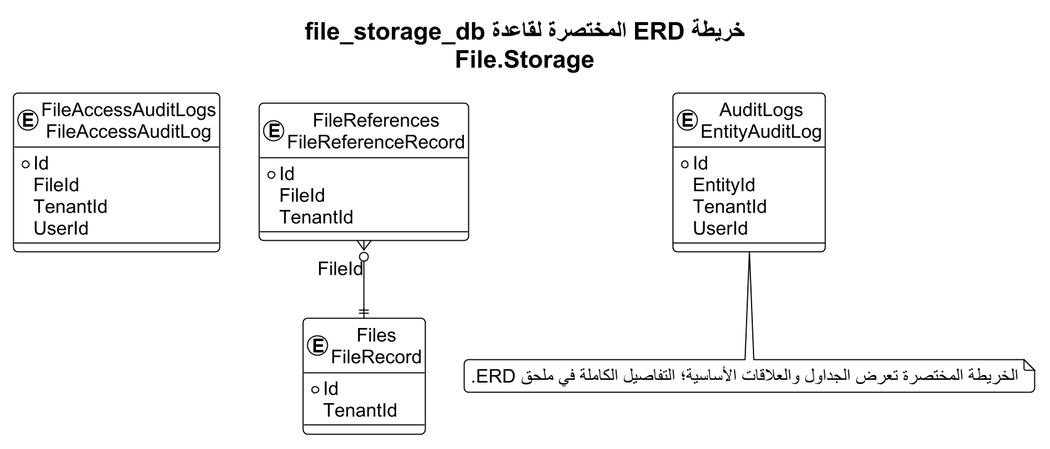
The PlantUML diagram docs/thesis_diagrams/database_erdds/compact_rendered/06_filestorage_compact.png in omardefdev/HRManagement, before a commit. The source it was exported from:
```plantuml
@startuml
!theme plain
skinparam backgroundColor #FFFFFF
skinparam defaultFontName Arial
skinparam defaultFontSize 17
skinparam shadowing false
skinparam roundcorner 8
skinparam linetype ortho
skinparam dpi 170
skinparam EntityBorderColor #0F6B73
skinparam EntityBackgroundColor #F4FAFA
top to bottom direction
title "خريطة ERD المختصرة لقاعدة file_storage_db\nFile.Storage"

entity "FileAccessAuditLogs\nFileAccessAuditLog" as T01 {
  * Id
    FileId
    TenantId
    UserId
}
entity "Files\nFileRecord" as T02 {
  * Id
    TenantId
}
entity "FileReferences\nFileReferenceRecord" as T03 {
  * Id
    FileId
    TenantId
}
entity "AuditLogs\nEntityAuditLog" as T04 {
  * Id
    EntityId
    TenantId
    UserId
}

T03 }o--|| T02 : FileId

note bottom
الخريطة المختصرة تعرض الجداول والعلاقات الأساسية؛ التفاصيل الكاملة في ملحق ERD.
end note
@enduml
```
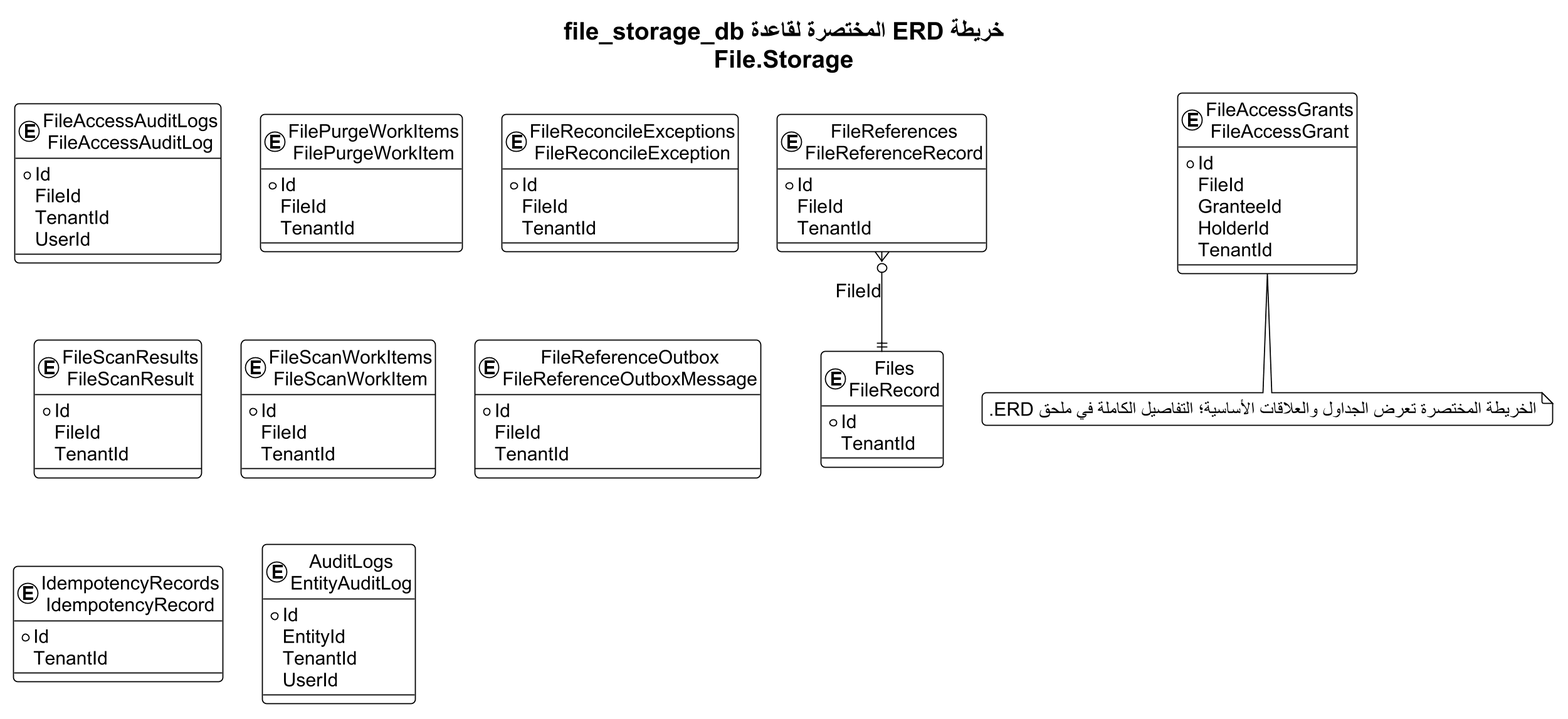
After the change.

What changed in the source:
```diff
@@ -18,23 +18,59 @@
     TenantId
     UserId
 }
-entity "Files\nFileRecord" as T02 {
-  * Id
-    TenantId
-}
-entity "FileReferences\nFileReferenceRecord" as T03 {
+entity "FilePurgeWorkItems\nFilePurgeWorkItem" as T02 {
   * Id
     FileId
     TenantId
 }
-entity "AuditLogs\nEntityAuditLog" as T04 {
+entity "FileReconcileExceptions\nFileReconcileException" as T03 {
+  * Id
+    FileId
+    TenantId
+}
+entity "Files\nFileRecord" as T04 {
+  * Id
+    TenantId
+}
+entity "FileReferences\nFileReferenceRecord" as T05 {
+  * Id
+    FileId
+    TenantId
+}
+entity "FileScanResults\nFileScanResult" as T06 {
+  * Id
+    FileId
+    TenantId
+}
+entity "FileScanWorkItems\nFileScanWorkItem" as T07 {
+  * Id
+    FileId
+    TenantId
+}
+entity "FileReferenceOutbox\nFileReferenceOutboxMessage" as T08 {
+  * Id
+    FileId
+    TenantId
+}
+entity "IdempotencyRecords\nIdempotencyRecord" as T09 {
+  * Id
+    TenantId
+}
+entity "AuditLogs\nEntityAuditLog" as T10 {
   * Id
     EntityId
     TenantId
     UserId
 }
+entity "FileAccessGrants\nFileAccessGrant" as T11 {
+  * Id
+    FileId
+    GranteeId
+    HolderId
+    TenantId
+}
 
-T03 }o--|| T02 : FileId
+T05 }o--|| T04 : FileId
 
 note bottom
 الخريطة المختصرة تعرض الجداول والعلاقات الأساسية؛ التفاصيل الكاملة في ملحق ERD.
```
